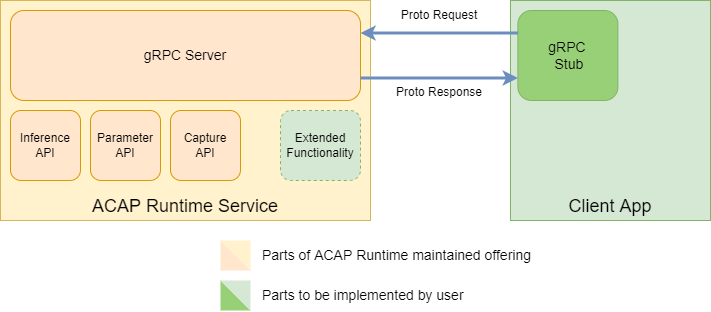
AxisCommunications/acap-runtime keeps this draw.io diagram as assets/gRPC.png. Above is the earlier version. Source tidied: cells renumbered, new cells last; positions are measured from the earlier drawing's top-left corner, leaving out a move shared by most shapes.
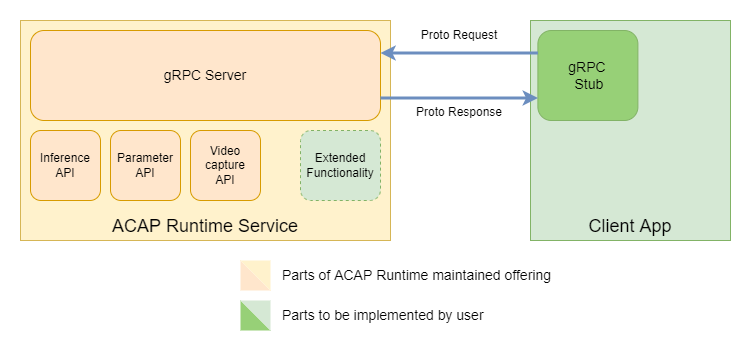
The same diagram one commit later.

The edit, as a diff of the source:
```diff
@@ -17,7 +17,7 @@
     <mxCell id="6" value="Parameter API" style="rounded=1;whiteSpace=wrap;html=1;fillColor=#ffe6cc;strokeColor=#d79b00;" parent="1" vertex="1">
       <mxGeometry x="90" y="110" width="70" height="70" as="geometry" />
     </mxCell>
-    <mxCell id="7" value="Capture&lt;br&gt;API" style="rounded=1;whiteSpace=wrap;html=1;fillColor=#ffe6cc;strokeColor=#d79b00;" parent="1" vertex="1">
+    <mxCell id="7" value="Video capture&lt;br&gt;API" style="rounded=1;whiteSpace=wrap;html=1;fillColor=#ffe6cc;strokeColor=#d79b00;" parent="1" vertex="1">
       <mxGeometry x="170" y="110" width="70" height="70" as="geometry" />
     </mxCell>
     <mxCell id="8" value="Extended Functionality" style="rounded=1;whiteSpace=wrap;html=1;fillColor=#d5e8d4;strokeColor=#82b366;dashed=1;" parent="1" vertex="1">
```
